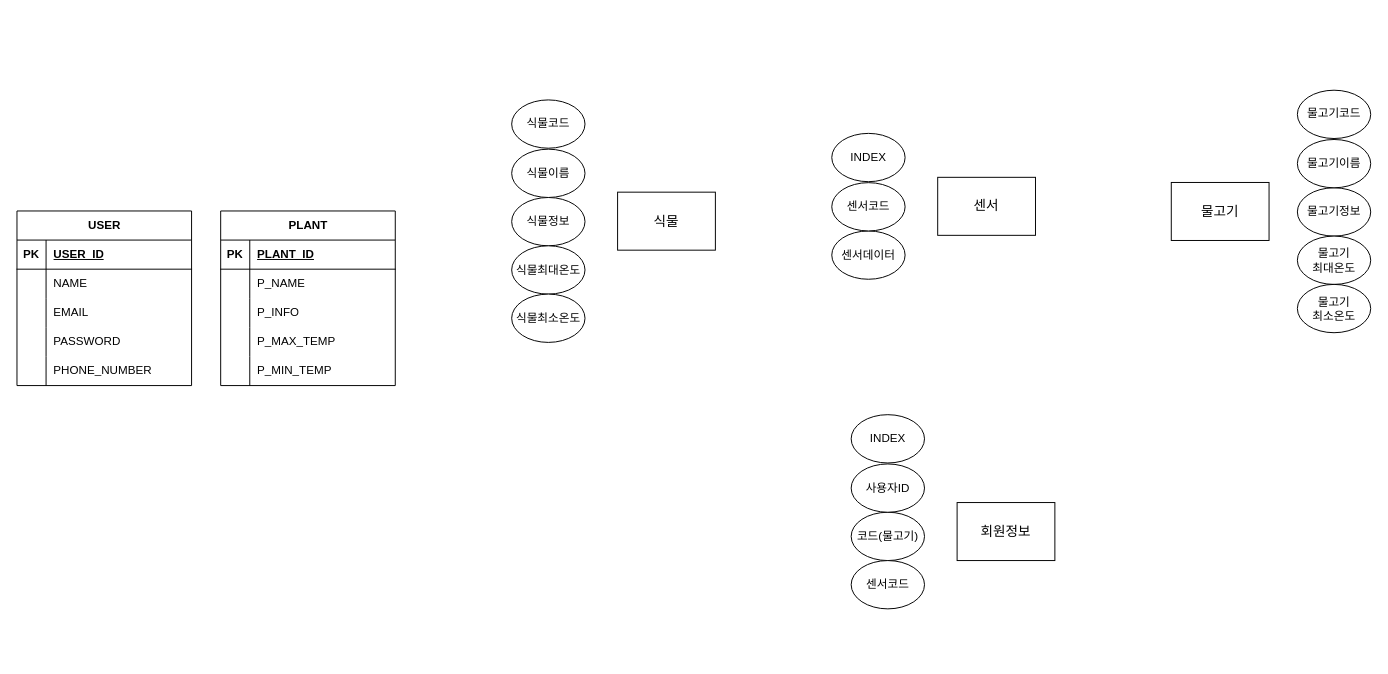
hayarobyjy/JY_Code keeps this draw.io diagram as 제목 없는 다이어그램.drawio. Above is the earlier version. Source tidied: cells renumbered, new cells numbered last; positions are measured from the earlier drawing's top-left corner, leaving out a move shared by most shapes. Both pictures are drawn from the tidied source at 97%, with x=0, y=0 at pixel (16, 90).
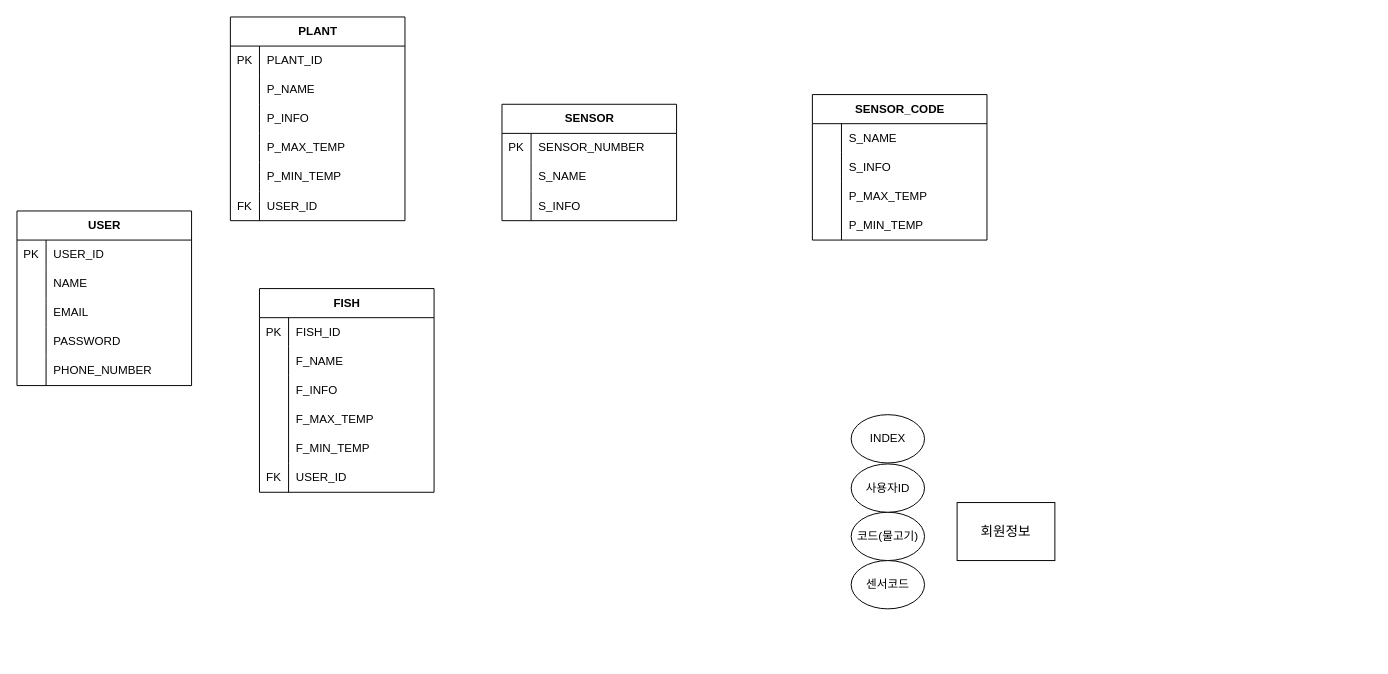
The same page after the edit.

Commit message (it also covers changes not shown here):
제목 없는 다이어그램.drawio 업데이트

The change refers to these unchanged cells:
```xml
<mxCell id="27" value="USER" style="shape=table;startSize=30;childLayout=tableLayout;rowLines=0;fontStyle=1;align=center;html=1;" parent="1" vertex="1">
  <mxGeometry y="124" width="180" height="180" as="geometry" />
</mxCell>
```

The edit, as a diff of the source:
```diff
@@
-    <mxCell id="8" style="group;" parent="1" vertex="1">
-      <mxGeometry x="1190" y="-0.5" width="205.6" height="250" as="geometry" />
-    </mxCell>
-    <mxCell id="9" value="물고기코드" style="ellipse;whiteSpace=wrap;html=1;" parent="8" vertex="1">
-      <mxGeometry x="130" width="75.6" height="49.8" as="geometry" />
-    </mxCell>
-    <mxCell id="10" value="물고기정보" style="ellipse;whiteSpace=wrap;html=1;" parent="8" vertex="1">
-      <mxGeometry x="130" y="100.6" width="75.6" height="49.8" as="geometry" />
-    </mxCell>
-    <mxCell id="11" value="물고기&lt;br&gt;최대온도" style="ellipse;whiteSpace=wrap;html=1;" parent="8" vertex="1">
-      <mxGeometry x="130" y="150.4" width="75.6" height="49.8" as="geometry" />
-    </mxCell>
-    <mxCell id="12" value="물고기&lt;br&gt;최소온도" style="ellipse;whiteSpace=wrap;html=1;" parent="8" vertex="1">
-      <mxGeometry x="130" y="200.2" width="75.6" height="49.8" as="geometry" />
-    </mxCell>
-    <mxCell id="13" value="물고기이름" style="ellipse;whiteSpace=wrap;html=1;" parent="8" vertex="1">
-      <mxGeometry x="130" y="50.8" width="75.6" height="49.8" as="geometry" />
-    </mxCell>
-    <mxCell id="14" value="&lt;font style=&quot;font-size: 14px;&quot;&gt;물고기&lt;/font&gt;" style="rounded=0;whiteSpace=wrap;html=1;" parent="8" vertex="1">
-      <mxGeometry y="95.1" width="100.8" height="59.8" as="geometry" />
-    </mxCell>
-    <mxCell id="15" style="group;" parent="1" vertex="1">
-      <mxGeometry x="510" y="9.5" width="210" height="250" as="geometry" />
-    </mxCell>
-    <mxCell id="16" value="&lt;font style=&quot;font-size: 14px;&quot;&gt;식물&lt;/font&gt;" style="rounded=0;whiteSpace=wrap;html=1;" parent="15" vertex="1">
-      <mxGeometry x="109.2" y="95.1" width="100.8" height="59.8" as="geometry" />
-    </mxCell>
-    <mxCell id="17" value="식물코드" style="ellipse;whiteSpace=wrap;html=1;" parent="15" vertex="1">
-      <mxGeometry width="75.6" height="49.8" as="geometry" />
-    </mxCell>
-    <mxCell id="18" value="식물정보" style="ellipse;whiteSpace=wrap;html=1;" parent="15" vertex="1">
-      <mxGeometry y="100.6" width="75.6" height="49.8" as="geometry" />
-    </mxCell>
-    <mxCell id="19" value="식물최대온도" style="ellipse;whiteSpace=wrap;html=1;" parent="15" vertex="1">
-      <mxGeometry y="150.4" width="75.6" height="49.8" as="geometry" />
-    </mxCell>
-    <mxCell id="20" value="식물최소온도" style="ellipse;whiteSpace=wrap;html=1;" parent="15" vertex="1">
-      <mxGeometry y="200.2" width="75.6" height="49.8" as="geometry" />
-    </mxCell>
-    <mxCell id="21" value="식물이름" style="ellipse;whiteSpace=wrap;html=1;" parent="15" vertex="1">
-      <mxGeometry y="50.8" width="75.6" height="49.8" as="geometry" />
-    </mxCell>
-    <mxCell id="22" style="group;" parent="1" vertex="1">
-      <mxGeometry x="840" y="44" width="210" height="150.4" as="geometry" />
-    </mxCell>
-    <mxCell id="23" value="&lt;font style=&quot;font-size: 14px;&quot;&gt;센서&lt;/font&gt;" style="rounded=0;whiteSpace=wrap;html=1;" parent="22" vertex="1">
-      <mxGeometry x="109.2" y="45.3" width="100.8" height="59.8" as="geometry" />
-    </mxCell>
-    <mxCell id="24" value="INDEX" style="ellipse;whiteSpace=wrap;html=1;" parent="22" vertex="1">
-      <mxGeometry width="75.6" height="49.8" as="geometry" />
-    </mxCell>
-    <mxCell id="25" value="센서데이터" style="ellipse;whiteSpace=wrap;html=1;" parent="22" vertex="1">
-      <mxGeometry y="100.6" width="75.6" height="49.8" as="geometry" />
-    </mxCell>
-    <mxCell id="26" value="센서코드" style="ellipse;whiteSpace=wrap;html=1;" parent="22" vertex="1">
-      <mxGeometry y="50.8" width="75.6" height="49.8" as="geometry" />
-    </mxCell>
@@
-    <mxCell id="28" style="shape=tableRow;horizontal=0;startSize=0;swimlaneHead=0;swimlaneBody=0;fillColor=none;top=0;left=0;right=0;bottom=1;" parent="27" vertex="1">
-      <mxGeometry y="30" width="180" height="30" as="geometry" />
-    </mxCell>
-    <mxCell id="29" value="PK" style="shape=partialRectangle;fillColor=none;top=0;left=0;bottom=0;right=0;fontStyle=1;overflow=hidden;whiteSpace=wrap;html=1;" parent="28" vertex="1">
-      <mxGeometry width="30" height="30" as="geometry" />
-    </mxCell>
-    <mxCell id="30" value="USER_ID" style="shape=partialRectangle;fillColor=none;top=0;left=0;bottom=0;right=0;align=left;spacingLeft=6;fontStyle=5;overflow=hidden;whiteSpace=wrap;html=1;" parent="28" vertex="1">
-      <mxGeometry x="30" width="150" height="30" as="geometry" />
-    </mxCell>
     <mxCell id="31" style="shape=tableRow;horizontal=0;startSize=0;swimlaneHead=0;swimlaneBody=0;fillColor=none;top=0;left=0;right=0;bottom=0;" parent="27" vertex="1">
-      <mxGeometry y="60" width="180" height="30" as="geometry" />
+      <mxGeometry y="30" width="180" height="30" as="geometry" />
     </mxCell>
-    <mxCell id="32" style="shape=partialRectangle;fillColor=none;top=0;left=0;bottom=0;right=0;overflow=hidden;whiteSpace=wrap;html=1;" parent="31" vertex="1">
+    <mxCell id="32" value="PK" style="shape=partialRectangle;fillColor=none;top=0;left=0;bottom=0;right=0;overflow=hidden;whiteSpace=wrap;html=1;" parent="31" vertex="1">
       <mxGeometry width="30" height="30" as="geometry" />
     </mxCell>
-    <mxCell id="33" value="NAME" style="shape=partialRectangle;fillColor=none;top=0;left=0;bottom=0;right=0;align=left;spacingLeft=6;overflow=hidden;whiteSpace=wrap;html=1;" parent="31" vertex="1">
+    <mxCell id="33" value="USER_ID" style="shape=partialRectangle;fillColor=none;top=0;left=0;bottom=0;right=0;align=left;spacingLeft=6;overflow=hidden;whiteSpace=wrap;html=1;" parent="31" vertex="1">
       <mxGeometry x="30" width="150" height="30" as="geometry" />
     </mxCell>
+    <mxCell id="59" style="shape=tableRow;horizontal=0;startSize=0;swimlaneHead=0;swimlaneBody=0;fillColor=none;top=0;left=0;right=0;bottom=0;" parent="27" vertex="1">
+      <mxGeometry y="60" width="180" height="30" as="geometry" />
+    </mxCell>
+    <mxCell id="60" style="shape=partialRectangle;fillColor=none;top=0;left=0;bottom=0;right=0;overflow=hidden;whiteSpace=wrap;html=1;" parent="59" vertex="1">
+      <mxGeometry width="30" height="30" as="geometry" />
+    </mxCell>
+    <mxCell id="61" value="NAME" style="shape=partialRectangle;fillColor=none;top=0;left=0;bottom=0;right=0;align=left;spacingLeft=6;overflow=hidden;whiteSpace=wrap;html=1;" parent="59" vertex="1">
+      <mxGeometry x="30" width="150" height="30" as="geometry" />
+    </mxCell>
@@
     <mxCell id="43" value="PLANT" style="shape=table;startSize=30;childLayout=tableLayout;rowLines=0;fontStyle=1;align=center;html=1;strokeColor=default;verticalAlign=middle;strokeWidth=1;swimlaneLine=1;rounded=0;" parent="1" vertex="1">
-      <mxGeometry x="210" y="124" width="180" height="180" as="geometry" />
+      <mxGeometry x="220" y="-76" width="180" height="210" as="geometry" />
     </mxCell>
-    <mxCell id="44" style="shape=tableRow;horizontal=0;startSize=0;swimlaneHead=0;swimlaneBody=0;fillColor=none;top=0;left=0;right=0;bottom=1;" parent="43" vertex="1">
-      <mxGeometry y="30" width="180" height="30" as="geometry" />
-    </mxCell>
-    <mxCell id="45" value="PK" style="shape=partialRectangle;fillColor=none;top=0;left=0;bottom=0;right=0;fontStyle=1;overflow=hidden;whiteSpace=wrap;html=1;" parent="44" vertex="1">
-      <mxGeometry width="30" height="30" as="geometry" />
-    </mxCell>
-    <mxCell id="46" value="PLANT_ID" style="shape=partialRectangle;fillColor=none;top=0;left=0;bottom=0;right=0;align=left;spacingLeft=6;fontStyle=5;overflow=hidden;whiteSpace=wrap;html=1;shadow=0;strokeColor=default;" parent="44" vertex="1">
-      <mxGeometry x="30" width="150" height="30" as="geometry" />
-    </mxCell>
     <mxCell id="47" style="shape=tableRow;horizontal=0;startSize=0;swimlaneHead=0;swimlaneBody=0;fillColor=none;top=0;left=0;right=0;bottom=0;strokeColor=default;" parent="43" vertex="1">
-      <mxGeometry y="60" width="180" height="30" as="geometry" />
+      <mxGeometry y="30" width="180" height="30" as="geometry" />
     </mxCell>
-    <mxCell id="48" style="shape=partialRectangle;fillColor=none;top=0;left=0;bottom=0;right=0;overflow=hidden;whiteSpace=wrap;html=1;" parent="47" vertex="1">
+    <mxCell id="48" value="PK" style="shape=partialRectangle;fillColor=none;top=0;left=0;bottom=0;right=0;overflow=hidden;whiteSpace=wrap;html=1;" parent="47" vertex="1">
       <mxGeometry width="30" height="30" as="geometry" />
     </mxCell>
-    <mxCell id="49" value="P_NAME" style="shape=partialRectangle;fillColor=none;top=0;left=0;bottom=0;right=0;align=left;spacingLeft=6;overflow=hidden;whiteSpace=wrap;html=1;" parent="47" vertex="1">
+    <mxCell id="49" value="PLANT_ID" style="shape=partialRectangle;fillColor=none;top=0;left=0;bottom=0;right=0;align=left;spacingLeft=6;overflow=hidden;whiteSpace=wrap;html=1;" parent="47" vertex="1">
       <mxGeometry x="30" width="150" height="30" as="geometry" />
     </mxCell>
+    <mxCell id="62" style="shape=tableRow;horizontal=0;startSize=0;swimlaneHead=0;swimlaneBody=0;fillColor=none;top=0;left=0;right=0;bottom=0;strokeColor=default;" parent="43" vertex="1">
+      <mxGeometry y="60" width="180" height="30" as="geometry" />
+    </mxCell>
+    <mxCell id="63" style="shape=partialRectangle;fillColor=none;top=0;left=0;bottom=0;right=0;overflow=hidden;whiteSpace=wrap;html=1;" parent="62" vertex="1">
+      <mxGeometry width="30" height="30" as="geometry" />
+    </mxCell>
+    <mxCell id="64" value="P_NAME" style="shape=partialRectangle;fillColor=none;top=0;left=0;bottom=0;right=0;align=left;spacingLeft=6;overflow=hidden;whiteSpace=wrap;html=1;" parent="62" vertex="1">
+      <mxGeometry x="30" width="150" height="30" as="geometry" />
+    </mxCell>
@@
+    <mxCell id="65" style="shape=tableRow;horizontal=0;startSize=0;swimlaneHead=0;swimlaneBody=0;fillColor=none;top=0;left=0;right=0;bottom=0;" parent="43" vertex="1">
+      <mxGeometry y="180" width="180" height="30" as="geometry" />
+    </mxCell>
+    <mxCell id="66" value="FK" style="shape=partialRectangle;fillColor=none;top=0;left=0;bottom=0;right=0;overflow=hidden;whiteSpace=wrap;html=1;" parent="65" vertex="1">
+      <mxGeometry width="30" height="30" as="geometry" />
+    </mxCell>
+    <mxCell id="67" value="USER_ID" style="shape=partialRectangle;fillColor=none;top=0;left=0;bottom=0;right=0;align=left;spacingLeft=6;overflow=hidden;whiteSpace=wrap;html=1;" parent="65" vertex="1">
+      <mxGeometry x="30" width="150" height="30" as="geometry" />
+    </mxCell>
+    <mxCell id="68" value="FISH" style="shape=table;startSize=30;childLayout=tableLayout;rowLines=0;fontStyle=1;align=center;html=1;strokeColor=default;verticalAlign=middle;strokeWidth=1;swimlaneLine=1;rounded=0;" parent="1" vertex="1">
+      <mxGeometry x="250" y="204" width="180" height="210" as="geometry" />
+    </mxCell>
+    <mxCell id="69" style="shape=tableRow;horizontal=0;startSize=0;swimlaneHead=0;swimlaneBody=0;fillColor=none;top=0;left=0;right=0;bottom=0;strokeColor=default;" parent="68" vertex="1">
+      <mxGeometry y="30" width="180" height="30" as="geometry" />
+    </mxCell>
+    <mxCell id="70" value="PK" style="shape=partialRectangle;fillColor=none;top=0;left=0;bottom=0;right=0;overflow=hidden;whiteSpace=wrap;html=1;" parent="69" vertex="1">
+      <mxGeometry width="30" height="30" as="geometry" />
+    </mxCell>
+    <mxCell id="71" value="FISH_ID" style="shape=partialRectangle;fillColor=none;top=0;left=0;bottom=0;right=0;align=left;spacingLeft=6;overflow=hidden;whiteSpace=wrap;html=1;" parent="69" vertex="1">
+      <mxGeometry x="30" width="150" height="30" as="geometry" />
+    </mxCell>
+    <mxCell id="72" style="shape=tableRow;horizontal=0;startSize=0;swimlaneHead=0;swimlaneBody=0;fillColor=none;top=0;left=0;right=0;bottom=0;strokeColor=default;" parent="68" vertex="1">
+      <mxGeometry y="60" width="180" height="30" as="geometry" />
+    </mxCell>
+    <mxCell id="73" style="shape=partialRectangle;fillColor=none;top=0;left=0;bottom=0;right=0;overflow=hidden;whiteSpace=wrap;html=1;" parent="72" vertex="1">
+      <mxGeometry width="30" height="30" as="geometry" />
+    </mxCell>
+    <mxCell id="74" value="F_NAME" style="shape=partialRectangle;fillColor=none;top=0;left=0;bottom=0;right=0;align=left;spacingLeft=6;overflow=hidden;whiteSpace=wrap;html=1;" parent="72" vertex="1">
+      <mxGeometry x="30" width="150" height="30" as="geometry" />
+    </mxCell>
+    <mxCell id="75" style="shape=tableRow;horizontal=0;startSize=0;swimlaneHead=0;swimlaneBody=0;fillColor=none;top=0;left=0;right=0;bottom=0;" parent="68" vertex="1">
+      <mxGeometry y="90" width="180" height="30" as="geometry" />
+    </mxCell>
+    <mxCell id="76" style="shape=partialRectangle;fillColor=none;top=0;left=0;bottom=0;right=0;overflow=hidden;whiteSpace=wrap;html=1;" parent="75" vertex="1">
+      <mxGeometry width="30" height="30" as="geometry" />
+    </mxCell>
+    <mxCell id="77" value="F_INFO" style="shape=partialRectangle;fillColor=none;top=0;left=0;bottom=0;right=0;align=left;spacingLeft=6;overflow=hidden;whiteSpace=wrap;html=1;" parent="75" vertex="1">
+      <mxGeometry x="30" width="150" height="30" as="geometry" />
+    </mxCell>
+    <mxCell id="78" style="shape=tableRow;horizontal=0;startSize=0;swimlaneHead=0;swimlaneBody=0;fillColor=none;top=0;left=0;right=0;bottom=0;" parent="68" vertex="1">
+      <mxGeometry y="120" width="180" height="30" as="geometry" />
+    </mxCell>
+    <mxCell id="79" style="shape=partialRectangle;fillColor=none;top=0;left=0;bottom=0;right=0;overflow=hidden;whiteSpace=wrap;html=1;" parent="78" vertex="1">
+      <mxGeometry width="30" height="30" as="geometry" />
+    </mxCell>
+    <mxCell id="80" value="F_MAX_TEMP" style="shape=partialRectangle;fillColor=none;top=0;left=0;bottom=0;right=0;align=left;spacingLeft=6;overflow=hidden;whiteSpace=wrap;html=1;" parent="78" vertex="1">
+      <mxGeometry x="30" width="150" height="30" as="geometry" />
+    </mxCell>
+    <mxCell id="81" style="shape=tableRow;horizontal=0;startSize=0;swimlaneHead=0;swimlaneBody=0;fillColor=none;top=0;left=0;right=0;bottom=0;" parent="68" vertex="1">
+      <mxGeometry y="150" width="180" height="30" as="geometry" />
+    </mxCell>
+    <mxCell id="82" style="shape=partialRectangle;fillColor=none;top=0;left=0;bottom=0;right=0;overflow=hidden;whiteSpace=wrap;html=1;" parent="81" vertex="1">
+      <mxGeometry width="30" height="30" as="geometry" />
+    </mxCell>
+    <mxCell id="83" value="F_MIN_TEMP" style="shape=partialRectangle;fillColor=none;top=0;left=0;bottom=0;right=0;align=left;spacingLeft=6;overflow=hidden;whiteSpace=wrap;html=1;" parent="81" vertex="1">
+      <mxGeometry x="30" width="150" height="30" as="geometry" />
+    </mxCell>
+    <mxCell id="84" style="shape=tableRow;horizontal=0;startSize=0;swimlaneHead=0;swimlaneBody=0;fillColor=none;top=0;left=0;right=0;bottom=0;" parent="68" vertex="1">
+      <mxGeometry y="180" width="180" height="30" as="geometry" />
+    </mxCell>
+    <mxCell id="85" value="FK" style="shape=partialRectangle;fillColor=none;top=0;left=0;bottom=0;right=0;overflow=hidden;whiteSpace=wrap;html=1;" parent="84" vertex="1">
+      <mxGeometry width="30" height="30" as="geometry" />
+    </mxCell>
+    <mxCell id="86" value="USER_ID" style="shape=partialRectangle;fillColor=none;top=0;left=0;bottom=0;right=0;align=left;spacingLeft=6;overflow=hidden;whiteSpace=wrap;html=1;" parent="84" vertex="1">
+      <mxGeometry x="30" width="150" height="30" as="geometry" />
+    </mxCell>
+    <mxCell id="87" value="SENSOR" style="shape=table;startSize=30;childLayout=tableLayout;rowLines=0;fontStyle=1;align=center;html=1;strokeColor=default;verticalAlign=middle;strokeWidth=1;swimlaneLine=1;rounded=0;" parent="1" vertex="1">
+      <mxGeometry x="500" y="14" width="180" height="120" as="geometry" />
+    </mxCell>
+    <mxCell id="88" style="shape=tableRow;horizontal=0;startSize=0;swimlaneHead=0;swimlaneBody=0;fillColor=none;top=0;left=0;right=0;bottom=0;strokeColor=default;" parent="87" vertex="1">
+      <mxGeometry y="30" width="180" height="30" as="geometry" />
+    </mxCell>
+    <mxCell id="89" value="PK" style="shape=partialRectangle;fillColor=none;top=0;left=0;bottom=0;right=0;overflow=hidden;whiteSpace=wrap;html=1;" parent="88" vertex="1">
+      <mxGeometry width="30" height="30" as="geometry" />
+    </mxCell>
+    <mxCell id="90" value="SENSOR_NUMBER" style="shape=partialRectangle;fillColor=none;top=0;left=0;bottom=0;right=0;align=left;spacingLeft=6;overflow=hidden;whiteSpace=wrap;html=1;" parent="88" vertex="1">
+      <mxGeometry x="30" width="150" height="30" as="geometry" />
+    </mxCell>
+    <mxCell id="91" style="shape=tableRow;horizontal=0;startSize=0;swimlaneHead=0;swimlaneBody=0;fillColor=none;top=0;left=0;right=0;bottom=0;strokeColor=default;" parent="87" vertex="1">
+      <mxGeometry y="60" width="180" height="30" as="geometry" />
+    </mxCell>
+    <mxCell id="92" style="shape=partialRectangle;fillColor=none;top=0;left=0;bottom=0;right=0;overflow=hidden;whiteSpace=wrap;html=1;" parent="91" vertex="1">
+      <mxGeometry width="30" height="30" as="geometry" />
+    </mxCell>
+    <mxCell id="93" value="S_NAME" style="shape=partialRectangle;fillColor=none;top=0;left=0;bottom=0;right=0;align=left;spacingLeft=6;overflow=hidden;whiteSpace=wrap;html=1;" parent="91" vertex="1">
+      <mxGeometry x="30" width="150" height="30" as="geometry" />
+    </mxCell>
+    <mxCell id="94" style="shape=tableRow;horizontal=0;startSize=0;swimlaneHead=0;swimlaneBody=0;fillColor=none;top=0;left=0;right=0;bottom=0;" parent="87" vertex="1">
+      <mxGeometry y="90" width="180" height="30" as="geometry" />
+    </mxCell>
+    <mxCell id="95" style="shape=partialRectangle;fillColor=none;top=0;left=0;bottom=0;right=0;overflow=hidden;whiteSpace=wrap;html=1;" parent="94" vertex="1">
+      <mxGeometry width="30" height="30" as="geometry" />
+    </mxCell>
+    <mxCell id="96" value="S_INFO" style="shape=partialRectangle;fillColor=none;top=0;left=0;bottom=0;right=0;align=left;spacingLeft=6;overflow=hidden;whiteSpace=wrap;html=1;" parent="94" vertex="1">
+      <mxGeometry x="30" width="150" height="30" as="geometry" />
+    </mxCell>
+    <mxCell id="97" value="SENSOR_CODE" style="shape=table;startSize=30;childLayout=tableLayout;rowLines=0;fontStyle=1;align=center;html=1;strokeColor=default;verticalAlign=middle;strokeWidth=1;swimlaneLine=1;rounded=0;" parent="1" vertex="1">
+      <mxGeometry x="820" y="4" width="180" height="150" as="geometry" />
+    </mxCell>
+    <mxCell id="98" style="shape=tableRow;horizontal=0;startSize=0;swimlaneHead=0;swimlaneBody=0;fillColor=none;top=0;left=0;right=0;bottom=0;strokeColor=default;" parent="97" vertex="1">
+      <mxGeometry y="30" width="180" height="30" as="geometry" />
+    </mxCell>
+    <mxCell id="99" style="shape=partialRectangle;fillColor=none;top=0;left=0;bottom=0;right=0;overflow=hidden;whiteSpace=wrap;html=1;" parent="98" vertex="1">
+      <mxGeometry width="30" height="30" as="geometry" />
+    </mxCell>
+    <mxCell id="100" value="S_NAME" style="shape=partialRectangle;fillColor=none;top=0;left=0;bottom=0;right=0;align=left;spacingLeft=6;overflow=hidden;whiteSpace=wrap;html=1;" parent="98" vertex="1">
+      <mxGeometry x="30" width="150" height="30" as="geometry" />
+    </mxCell>
+    <mxCell id="101" style="shape=tableRow;horizontal=0;startSize=0;swimlaneHead=0;swimlaneBody=0;fillColor=none;top=0;left=0;right=0;bottom=0;" parent="97" vertex="1">
+      <mxGeometry y="60" width="180" height="30" as="geometry" />
+    </mxCell>
+    <mxCell id="102" style="shape=partialRectangle;fillColor=none;top=0;left=0;bottom=0;right=0;overflow=hidden;whiteSpace=wrap;html=1;" parent="101" vertex="1">
+      <mxGeometry width="30" height="30" as="geometry" />
+    </mxCell>
+    <mxCell id="103" value="S_INFO" style="shape=partialRectangle;fillColor=none;top=0;left=0;bottom=0;right=0;align=left;spacingLeft=6;overflow=hidden;whiteSpace=wrap;html=1;" parent="101" vertex="1">
+      <mxGeometry x="30" width="150" height="30" as="geometry" />
+    </mxCell>
+    <mxCell id="104" style="shape=tableRow;horizontal=0;startSize=0;swimlaneHead=0;swimlaneBody=0;fillColor=none;top=0;left=0;right=0;bottom=0;" parent="97" vertex="1">
+      <mxGeometry y="90" width="180" height="30" as="geometry" />
+    </mxCell>
+    <mxCell id="105" style="shape=partialRectangle;fillColor=none;top=0;left=0;bottom=0;right=0;overflow=hidden;whiteSpace=wrap;html=1;" parent="104" vertex="1">
+      <mxGeometry width="30" height="30" as="geometry" />
+    </mxCell>
+    <mxCell id="106" value="P_MAX_TEMP" style="shape=partialRectangle;fillColor=none;top=0;left=0;bottom=0;right=0;align=left;spacingLeft=6;overflow=hidden;whiteSpace=wrap;html=1;" parent="104" vertex="1">
+      <mxGeometry x="30" width="150" height="30" as="geometry" />
+    </mxCell>
+    <mxCell id="107" style="shape=tableRow;horizontal=0;startSize=0;swimlaneHead=0;swimlaneBody=0;fillColor=none;top=0;left=0;right=0;bottom=0;" parent="97" vertex="1">
+      <mxGeometry y="120" width="180" height="30" as="geometry" />
+    </mxCell>
+    <mxCell id="108" style="shape=partialRectangle;fillColor=none;top=0;left=0;bottom=0;right=0;overflow=hidden;whiteSpace=wrap;html=1;" parent="107" vertex="1">
+      <mxGeometry width="30" height="30" as="geometry" />
+    </mxCell>
+    <mxCell id="109" value="P_MIN_TEMP" style="shape=partialRectangle;fillColor=none;top=0;left=0;bottom=0;right=0;align=left;spacingLeft=6;overflow=hidden;whiteSpace=wrap;html=1;" parent="107" vertex="1">
+      <mxGeometry x="30" width="150" height="30" as="geometry" />
+    </mxCell>
```
